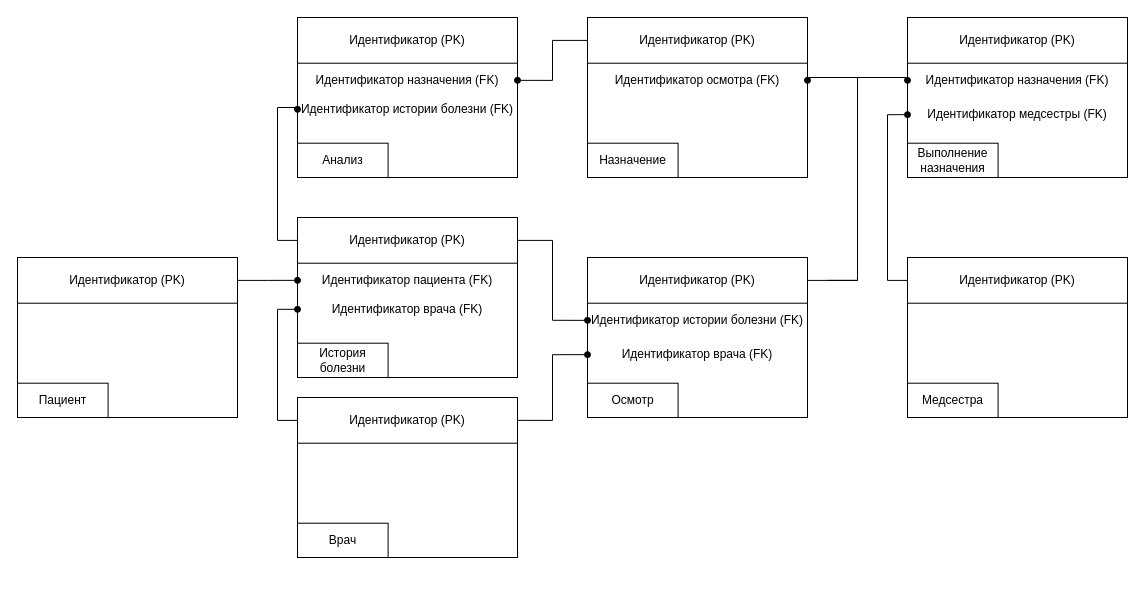
The draw.io diagram bd/kursovaya/KD.drawio in Mutabona/5Semestr, before the edit. Source tidied: cells renumbered, new cells numbered last; positions are measured from the earlier drawing's top-left corner, leaving out a move shared by most shapes. Both pictures are drawn from the tidied source at 100%, with x=0, y=0 at pixel (17, 17).
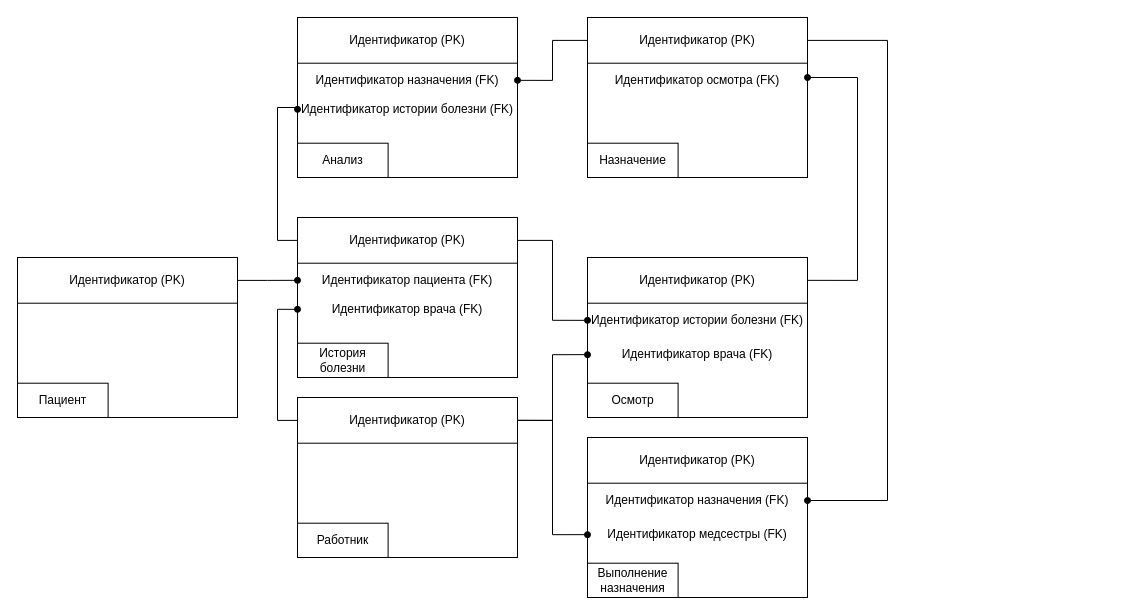
The same diagram, later.

The change refers to these unchanged cells:
```xml
<mxCell id="2" style="group;" parent="1" vertex="1">
  <mxGeometry x="280" y="380" width="220" height="160" as="geometry" />
</mxCell>
<mxCell id="4" value="Идентификатор (PK)" style="rounded=0;whiteSpace=wrap;html=1;" parent="2" vertex="1">
  <mxGeometry width="220" height="45.7" as="geometry" />
</mxCell>
<mxCell id="24" value="Идентификатор (PK)" style="rounded=0;whiteSpace=wrap;html=1;" parent="22" vertex="1">
  <mxGeometry width="220" height="45.7" as="geometry" />
</mxCell>
<mxCell id="30" value="Идентификатор (PK)" style="rounded=0;whiteSpace=wrap;html=1;" parent="28" vertex="1">
  <mxGeometry width="220" height="45.7" as="geometry" />
</mxCell>
<mxCell id="32" value="Идентификатор осмотра (FK)" style="text;html=1;align=center;verticalAlign=middle;whiteSpace=wrap;rounded=0;" parent="28" vertex="1">
  <mxGeometry y="45.7" width="220" height="34.3" as="geometry" />
</mxCell>
<mxCell id="41" value="Идентификатор назначения (FK)" style="text;html=1;align=center;verticalAlign=middle;whiteSpace=wrap;rounded=0;" parent="37" vertex="1">
  <mxGeometry y="45.7" width="220" height="34.3" as="geometry" />
</mxCell>
<mxCell id="42" value="Идентификатор медсестры (FK)" style="text;html=1;align=center;verticalAlign=middle;whiteSpace=wrap;rounded=0;" parent="37" vertex="1">
  <mxGeometry y="80" width="220" height="34.3" as="geometry" />
</mxCell>
```

The edit, as a diff of the source:
```diff
@@
-    <mxCell id="5" value="Врач" style="rounded=0;whiteSpace=wrap;html=1;" parent="2" vertex="1">
+    <mxCell id="5" value="Работник" style="rounded=0;whiteSpace=wrap;html=1;" parent="2" vertex="1">
       <mxGeometry y="125.7" width="90.6" height="34.3" as="geometry" />
     </mxCell>
-    <mxCell id="6" style="group;" parent="1" vertex="1">
-      <mxGeometry x="890" y="240" width="220" height="160" as="geometry" />
-    </mxCell>
-    <mxCell id="7" style="rounded=0;whiteSpace=wrap;html=1;" parent="6" vertex="1">
-      <mxGeometry width="220" height="160" as="geometry" />
-    </mxCell>
-    <mxCell id="8" value="Идентификатор (PK)" style="rounded=0;whiteSpace=wrap;html=1;" parent="6" vertex="1">
-      <mxGeometry width="220" height="45.7" as="geometry" />
-    </mxCell>
-    <mxCell id="9" value="Медсестра" style="rounded=0;whiteSpace=wrap;html=1;" parent="6" vertex="1">
-      <mxGeometry y="125.7" width="90.6" height="34.3" as="geometry" />
-    </mxCell>
@@
     <mxCell id="37" style="group;" parent="1" vertex="1">
-      <mxGeometry x="890" width="220" height="160" as="geometry" />
+      <mxGeometry x="570" y="420" width="220" height="160" as="geometry" />
     </mxCell>
@@
-    <mxCell id="49" style="edgeStyle=orthogonalEdgeStyle;rounded=0;jettySize=auto;html=1;entryX=1;entryY=0.5;entryDx=0;entryDy=0;endArrow=oval;endFill=1;" parent="1" edge="1" target="32">
+    <mxCell id="49" style="edgeStyle=orthogonalEdgeStyle;rounded=0;jettySize=auto;html=1;endArrow=oval;endFill=1;exitX=1;exitY=0.5;exitDx=0;exitDy=0;" parent="1" edge="1" source="24">
       <mxGeometry relative="1" as="geometry">
-        <mxPoint x="810" y="262.9" as="sourcePoint" />
+        <mxPoint x="790" y="60" as="targetPoint" />
         <Array as="points">
           <mxPoint x="840" y="263" />
           <mxPoint x="840" y="60" />
           <mxPoint x="790" y="60" />
         </Array>
       </mxGeometry>
     </mxCell>
-    <mxCell id="50" style="edgeStyle=orthogonalEdgeStyle;rounded=0;jettySize=auto;html=1;entryX=0;entryY=0.5;entryDx=0;entryDy=0;endArrow=oval;endFill=1;" parent="1" edge="1" source="24" target="41">
-      <mxGeometry relative="1" as="geometry">
-        <Array as="points">
-          <mxPoint x="840" y="263" />
-          <mxPoint x="840" y="60" />
-          <mxPoint x="890" y="60" />
-        </Array>
-      </mxGeometry>
-    </mxCell>
-    <mxCell id="51" style="edgeStyle=orthogonalEdgeStyle;rounded=0;jettySize=auto;html=1;endArrow=oval;endFill=1;entryX=0;entryY=0.5;entryDx=0;entryDy=0;" parent="1" edge="1" source="8" target="42">
-      <mxGeometry relative="1" as="geometry">
-        <Array as="points">
-          <mxPoint x="870" y="263" />
-          <mxPoint x="870" y="97" />
-          <mxPoint x="890" y="97" />
-        </Array>
-      </mxGeometry>
-    </mxCell>
+    <mxCell id="52" style="edgeStyle=orthogonalEdgeStyle;rounded=0;jettySize=auto;html=1;entryX=0;entryY=0.5;entryDx=0;entryDy=0;exitX=1;exitY=0.5;exitDx=0;exitDy=0;endArrow=oval;endFill=1;" parent="1" edge="1" source="4" target="42">
+      <mxGeometry relative="1" as="geometry">
+        <Array as="points">
+          <mxPoint x="535" y="403" />
+          <mxPoint x="535" y="517" />
+        </Array>
+      </mxGeometry>
+    </mxCell>
+    <mxCell id="53" style="edgeStyle=orthogonalEdgeStyle;rounded=0;jettySize=auto;html=1;endArrow=oval;endFill=1;" parent="1" edge="1" source="30">
+      <mxGeometry relative="1" as="geometry">
+        <mxPoint x="790" y="483" as="targetPoint" />
+        <Array as="points">
+          <mxPoint x="870" y="23" />
+          <mxPoint x="870" y="483" />
+        </Array>
+      </mxGeometry>
+    </mxCell>
```
